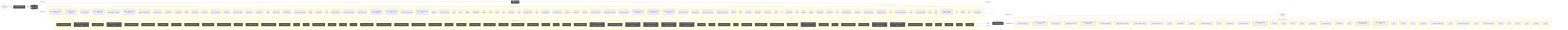
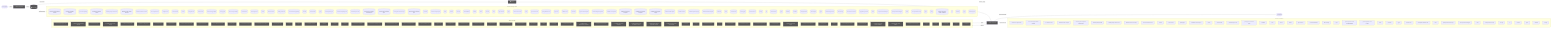
flowchart LR
  UserQ(["👤 User Query"])
  Embed["📐 Embedding Model"]
  VecDB[("📚 Vector Store")]
  Retriever["🔍 Retriever"]
  LLMNode["🧠 LLM / Generator"]
  Output(["✅ Response"])
  UserQ -->|query| Embed
  Embed -->|vector| VecDB
  VecDB -->|top-k chunks| Retriever
  Retriever -->|context + query| LLMNode
  LLMNode -->|generated answer| Output
  subgraph DetectedMemory["Detected memory stores"]
    det_detectedmemory_check_steering_feedback_contract_80134459[("check-steering-feedback-contract")]
    det_detectedmemory_normalize_workflow_contracts_8701f1c8[("normalize-workflow-contracts")]
    det_detectedmemory_sync_codex_preflight_7e7a8dc2[("sync-codex-preflight")]
    det_detectedmemory_test_harness_upgrade_matrix_84113c4e[("test-harness-upgrade-matrix")]
    det_detectedmemory_validate_prompt_context_drift_8c949ef6[("validate-prompt-context-drift")]
    det_detectedmemory_validate_runtime_packet_schemas_bc3ba8ec[("validate-runtime-packet-schemas")]
    det_detectedmemory_validate_workflow_contracts_33dc063c[("validate-workflow-contracts")]
    det_detectedmemory_branch_protect_core_a8feb0fd[("branch-protect-core")]
    det_detectedmemory_ci_migrate_core_7005b5af[("ci-migrate-core")]
    det_detectedmemory_context_health_80bb7da9[("context-health")]
    det_detectedmemory_context_ea7792a2[("context")]
    det_detectedmemory_docs_gate_core_eb9b6c18[("docs-gate-core")]
    det_detectedmemory_index_context_de3ed39d[("index-context")]
    det_detectedmemory_local_memory_preflight_dcc36c42[("local-memory-preflight")]
    det_detectedmemory_memory_gate_a577a506[("memory-gate")]
    det_detectedmemory_pattern_scope_siblings_43abe000[("pattern-scope-siblings")]
    det_detectedmemory_review_context_ca6cf81d[("review-context")]
    det_detectedmemory_review_gate_core_4c8001f9[("review-gate-core")]
    det_detectedmemory_search_24193290[("search")]
    det_detectedmemory_session_context_e5ec72c0[("session-context")]
    det_detectedmemory_tooling_audit_core_328d6a41[("tooling-audit-core")]
    det_detectedmemory_run_local_memory_preflight_36e92808[("run-local-memory-preflight")]
    det_detectedmemory_checker_d2d2328e[("checker")]
    det_detectedmemory_context_health_1_ceb11829[("context-health")]
    det_detectedmemory_types_2_d9bc6e7a[("types")]
    det_detectedmemory_branch_protect_sync_570adb18[("branch-protect-sync")]
    det_detectedmemory_command_capability_rules_ca3f496a[("command-capability-rules")]
    det_detectedmemory_command_specs_core_1c0ffc99[("command-specs-core")]
    det_detectedmemory_local_memory_preflight_command_spec_9e23f3ce[("local-memory-preflight-command-spec")]
    det_detectedmemory_memory_gate_command_spec_dc9001a9[("memory-gate-command-spec")]
    det_detectedmemory_review_gate_command_spec_3187376a[("review-gate-command-spec")]
    det_detectedmemory_session_context_command_spec_973afbb1[("session-context-command-spec")]
    det_detectedmemory_constants_7517017f[("constants")]
    det_detectedmemory_context_compact_policy_3dcaf95d[("context-compact-policy")]
    det_detectedmemory_index_2_10143590[("index")]
    det_detectedmemory_indexer_70fa78e5[("indexer")]
    det_detectedmemory_init_error_5c7dd49f[("init-error")]
    det_detectedmemory_lexical_fallback_723e2b3e[("lexical-fallback")]
    det_detectedmemory_ollama_76e3c7bf[("ollama")]
    det_detectedmemory_rollout_a4fa034c[("rollout")]
    det_detectedmemory_sources_878a52fc[("sources")]
    det_detectedmemory_store_824d80d7[("store")]
    det_detectedmemory_sync_contract_c79fa191[("sync-contract")]
    det_detectedmemory_types_7_2f1ed65e[("types")]
    det_detectedmemory_harness_run_context_ac7c77a9[("harness-run-context")]
    det_detectedmemory_index_3_7e40d474[("index")]
    det_detectedmemory_json_schema_core_96d7e328[("json-schema-core")]
    det_detectedmemory_policy_validators_core_714a3fe7[("policy-validators-core")]
    det_detectedmemory_types_core_e405ddca[("types-core")]
    det_detectedmemory_validator_core_4358f8ba[("validator-core")]
    det_detectedmemory_init_modes_c05ceb07[("init-modes")]
    det_detectedmemory_project_brain_templates_7ef51530[("project-brain-templates")]
    det_detectedmemory_scaffold_diagram_templates_dd88e83c[("scaffold-diagram-templates")]
    det_detectedmemory_scaffold_doc_templates_f6152330[("scaffold-doc-templates")]
    det_detectedmemory_scaffold_environment_templates_c1ceba6a[("scaffold-environment-templates")]
    det_detectedmemory_scaffold_root_command_templates_404fed7f[("scaffold-root-command-templates")]
    det_detectedmemory_scaffold_script_template_registry_69312d4e[("scaffold-script-template-registry")]
    det_detectedmemory_scaffold_shell_templates_0ad0f915[("scaffold-shell-templates")]
    det_detectedmemory_scaffold_surfaces_12d6494e[("scaffold-surfaces")]
    det_detectedmemory_scaffold_template_registry_b1cce2aa[("scaffold-template-registry")]
    det_detectedmemory_scaffold_workflow_template_92310587[("scaffold-workflow-template")]
    det_detectedmemory_eval_seed_5699fd3e[("eval-seed")]
    det_detectedmemory_index_9_32dd4d91[("index")]
    det_detectedmemory_review_context_1_e3afed15[("review-context")]
    det_detectedmemory_memory_gate_1_265164ac[("memory-gate")]
    det_detectedmemory_branch_enforcer_acb749cd[("branch-enforcer")]
    det_detectedmemory_cli_args_5_09ea29f0[("cli-args")]
    det_detectedmemory_cli_6_eac72be2[("cli")]
    det_detectedmemory_metrics_tracker_98cec29c[("metrics-tracker")]
    det_detectedmemory_types_18_37582e2a[("types")]
    det_detectedmemory_validator_4_5180cf23[("validator")]
    det_detectedmemory_classifier_fe1991a9[("classifier")]
    det_detectedmemory_tooling_baseline_50ab2eeb[("tooling-baseline")]
    det_detectedmemory_claim_helpers_20dc8387[("claim-helpers")]
    det_detectedmemory_types_23_4352ee2e[("types")]
    det_detectedmemory_local_memory_smoke_1175abfc[("local-memory-smoke")]
    det_detectedmemory_local_memory_0db17ecc[("local-memory")]
    det_detectedmemory_performance_overload_c685bfcf[("performance-overload")]
    det_detectedmemory_suggestion_generator_0956f794[("suggestion-generator")]
    det_detectedmemory_index_11_ffcd5842[("index")]
    det_detectedmemory_prompt_context_drift_report_3257a95c[("prompt-context-drift-report")]
+     det_detectedmemory_prompt_context_drift_types_ba6863d4[("prompt-context-drift-types")]
    det_detectedmemory_index_12_762ec91b[("index")]
    det_detectedmemory_prompt_context_receipt_17b862b2[("prompt-context-receipt")]
    det_detectedmemory_types_30_424b976c[("types")]
    det_detectedmemory_policy_1_fc4198db[("policy")]
    det_detectedmemory_runtime_card_codex_runtime_validation_d8ce9934[("runtime-card-codex-runtime-validation")]
    det_detectedmemory_cli_11_338a8415[("cli")]
    det_detectedmemory_collector_0736fd5b[("collector")]
    det_detectedmemory_types_33_16e22a82[("types")]
    det_detectedmemory_overload_guard_2748c559[("overload-guard")]
  end
  VecDB -. "implemented by" .-> DetectedMemory
  subgraph DetectedLLM["Detected LLM clients"]
    det_detectedllm_check_codex_agent_roles_5bb2e89b["check-codex-agent-roles"]
    det_detectedllm_check_steering_feedback_contract_80134459["check-steering-feedback-contract"]
    det_detectedllm_run_harness_evals_77704768["run-harness-evals"]
    det_detectedllm_validate_decision_request_2e5c325e["validate-decision-request"]
    det_detectedllm_validate_goal_completion_audit_receipt_100d252c["validate-goal-completion-audit-receipt"]
    det_detectedllm_validate_packaged_skill_5e32c890["validate-packaged-skill"]
    det_detectedllm_validate_prompt_context_drift_8c949ef6["validate-prompt-context-drift"]
    det_detectedllm_validate_reviewer_coverage_251efee3["validate-reviewer-coverage"]
    det_detectedllm_check_environment_core_2c16213f["check-environment-core"]
    det_detectedllm_context_ea7792a2["context"]
    det_detectedllm_index_context_de3ed39d["index-context"]
    det_detectedllm_prompt_gate_c5e9d207["prompt-gate"]
    det_detectedllm_remediate_runner_helpers_929fedcc["remediate-runner-helpers"]
    det_detectedllm_search_24193290["search"]
    det_detectedllm_context_health_1_ceb11829["context-health"]
    det_detectedllm_command_specs_core_1c0ffc99["command-specs-core"]
    det_detectedllm_prompt_gate_command_spec_9a941482["prompt-gate-command-spec"]
    det_detectedllm_constants_7517017f["constants"]
    det_detectedllm_index_2_10143590["index"]
    det_detectedllm_indexer_70fa78e5["indexer"]
    det_detectedllm_ollama_76e3c7bf["ollama"]
    det_detectedllm_sync_contract_c79fa191["sync-contract"]
    det_detectedllm_north_star_validators_cfc926ce["north-star-validators"]
    det_detectedllm_hilt_boundary_9b36fb15["hilt-boundary"]
    det_detectedllm_types_9_1db4641f["types"]
    det_detectedllm_goal_completion_audit_receipt_validation_9d0f4891["goal-completion-audit-receipt-validation"]
    det_detectedllm_goal_completion_audit_receipt_5e4939c3["goal-completion-audit-receipt"]
    det_detectedllm_index_4_013aa0e3["index"]
    det_detectedllm_constants_1_a84e15f0["constants"]
    det_detectedllm_types_16_0fae1112["types"]
    det_detectedllm_sensitive_text_7c11f760["sensitive-text"]
    det_detectedllm_pr_template_validator_rules_20a32d6b["pr-template-validator-rules"]
    det_detectedllm_index_11_ffcd5842["index"]
    det_detectedllm_prompt_context_drift_report_3257a95c["prompt-context-drift-report"]
+     det_detectedllm_prompt_context_drift_types_ba6863d4["prompt-context-drift-types"]
    det_detectedllm_index_12_762ec91b["index"]
    det_detectedllm_prompt_context_receipt_17b862b2["prompt-context-receipt"]
    det_detectedllm_cli_args_9_9c136878["cli-args"]
    det_detectedllm_cli_10_35dc8cbd["cli"]
    det_detectedllm_sections_4697ef32["sections"]
    det_detectedllm_types_26_a5814179["types"]
    det_detectedllm_validator_6_3688adbf["validator"]
    det_detectedllm_cli_args_10_861cdd3f["cli-args"]
  end
  LLMNode -. "implemented by" .-> DetectedLLM
  subgraph DetectedTools["Agentic tool calls"]
    det_detectedtools_check_codex_agent_roles_5bb2e89b["🔧 check-codex-agent-roles"]
    det_detectedtools_check_steering_feedback_contract_80134459["🔧 check-steering-feedback-contract"]
    det_detectedtools_run_harness_evals_77704768["🔧 run-harness-evals"]
    det_detectedtools_validate_action_review_receipt_fa2f06c3["🔧 validate-action-review-receipt"]
    det_detectedtools_validate_packaged_skill_5e32c890["🔧 validate-packaged-skill"]
    det_detectedtools_validate_replay_packet_f309747e["🔧 validate-replay-packet"]
    det_detectedtools_ci_migrate_core_7005b5af["🔧 ci-migrate-core"]
    det_detectedtools_doctor_checks_5a2eb2b9["🔧 doctor-checks"]
    det_detectedtools_doctor_github_tool_checks_a53b0382["🔧 doctor-github-tool-checks"]
    det_detectedtools_doctor_tool_checks_4acac51a["🔧 doctor-tool-checks"]
    det_detectedtools_next_blocked_decisions_4140ad2b["🔧 next-blocked-decisions"]
    det_detectedtools_policy_gate_213f7313["🔧 policy-gate"]
    det_detectedtools_remediate_cli_output_cc165396["🔧 remediate-cli-output"]
    det_detectedtools_remediate_runner_helpers_929fedcc["🔧 remediate-runner-helpers"]
    det_detectedtools_review_gate_core_4c8001f9["🔧 review-gate-core"]
    det_detectedtools_index_1bc04b52["🔧 index"]
    det_detectedtools_types_1_4ecdf56e["🔧 types"]
    det_detectedtools_validation_constants_e002a0f6["🔧 validation-constants"]
    det_detectedtools_validation_98c41dcd["🔧 validation"]
    det_detectedtools_checker_d2d2328e["🔧 checker"]
    det_detectedtools_cli_args_1_6144b055["🔧 cli-args"]
    det_detectedtools_command_capabilities_a4d5c71e["🔧 command-capabilities"]
    det_detectedtools_command_capability_rules_ca3f496a["🔧 command-capability-rules"]
    det_detectedtools_linear_command_actions_e430f4f4["🔧 linear-command-actions"]
    det_detectedtools_linear_command_runner_4a740dfc["🔧 linear-command-runner"]
    det_detectedtools_policy_validators_core_714a3fe7["🔧 policy-validators-core"]
    det_detectedtools_types_core_e405ddca["🔧 types-core"]
    det_detectedtools_validator_core_4358f8ba["🔧 validator-core"]
    det_detectedtools_validator_helpers_7b927667["🔧 validator-helpers"]
    det_detectedtools_he_phase_exit_core_1148895b["🔧 he-phase-exit-core"]
    det_detectedtools_ralph_runtime_73d63c0e["🔧 ralph-runtime"]
    det_detectedtools_observed_skill_usage_ed7d5930["🔧 observed-skill-usage"]
    det_detectedtools_closure_evidence_aaa31467["🔧 closure-evidence"]
    det_detectedtools_pr_creator_dc6b1ea4["🔧 pr-creator"]
    det_detectedtools_client_948fe603["🔧 client"]
    det_detectedtools_init_output_360dce91["🔧 init-output"]
    det_detectedtools_scaffold_ci_templates_2afd6392["🔧 scaffold-ci-templates"]
    det_detectedtools_scaffold_codex_environment_templates_334fbbed["🔧 scaffold-codex-environment-templates"]
    det_detectedtools_scaffold_config_templates_4b80ce53["🔧 scaffold-config-templates"]
    det_detectedtools_scaffold_environment_templates_c1ceba6a["🔧 scaffold-environment-templates"]
    det_detectedtools_scaffold_github_actions_pr_pipeline_renderer_1ee18de5["🔧 scaffold-github-actions-pr-pipeline-renderer"]
    det_detectedtools_scaffold_github_actions_pr_pipeline_template_e2b85f62["🔧 scaffold-github-actions-pr-pipeline-template"]
    det_detectedtools_scaffold_release_private_npm_template_075499f8["🔧 scaffold-release-private-npm-template"]
    det_detectedtools_constants_1_a84e15f0["🔧 constants"]
    det_detectedtools_index_8_6f0f20ec["🔧 index"]
    det_detectedtools_validation_common_6161e48b["🔧 validation-common"]
    det_detectedtools_cli_6_eac72be2["🔧 cli"]
    det_detectedtools_metrics_tracker_98cec29c["🔧 metrics-tracker"]
    det_detectedtools_normalise_renderer_85f2e563["🔧 normalise-renderer"]
    det_detectedtools_evaluation_engine_core_e054fe49["🔧 evaluation-engine-core"]
    det_detectedtools_tooling_baseline_50ab2eeb["🔧 tooling-baseline"]
    det_detectedtools_prompt_context_drift_report_3257a95c["🔧 prompt-context-drift-report"]
+     det_detectedtools_prompt_context_drift_types_ba6863d4["🔧 prompt-context-drift-types"]
    det_detectedtools_replay_packet_a1293f88["🔧 replay-packet"]
    det_detectedtools_index_13_97df39c8["🔧 index"]
    det_detectedtools_review_lifecycle_contract_e5447221["🔧 review-lifecycle-contract"]
    det_detectedtools_review_lifecycle_89afa64c["🔧 review-lifecycle"]
    det_detectedtools_runtime_card_codex_runtime_validation_d8ce9934["🔧 runtime-card-codex-runtime-validation"]
    det_detectedtools_runtime_card_codex_runtime_0655e230["🔧 runtime-card-codex-runtime"]
    det_detectedtools_runtime_evidence_bundle_d471a232["🔧 runtime-evidence-bundle"]
    det_detectedtools_types_35_93e66c64["🔧 types"]
    det_detectedtools_index_16_373c8a49["🔧 index"]
    det_detectedtools_projection_1b250ea1["🔧 projection"]
    det_detectedtools_types_37_32ccf9f9["🔧 types"]
    det_detectedtools_validation_7_c4e6d8b6["🔧 validation"]
  end
  LLMNode -->|tool use| DetectedTools
  DetectedTools -->|result| LLMNode
  classDef memNode fill:#555,color:#fff
  class VecDB,Retriever memNode
  classDef llmNode fill:#555,color:#fff
  class LLMNode,Embed llmNode
  classDef toolNode fill:#555,color:#fff
-   class det_detectedtools_check_codex_agent_roles_5bb2e89b,det_detectedtools_check_steering_feedback_contract_80134459,det_detectedtools_run_harness_evals_77704768,det_detectedtools_validate_action_review_receipt_fa2f06c3,det_detectedtools_validate_packaged_skill_5e32c890,det_detectedtools_validate_replay_packet_f309747e,det_detectedtools_ci_migrate_core_7005b5af,det_detectedtools_doctor_checks_5a2eb2b9,det_detectedtools_doctor_github_tool_checks_a53b0382,det_detectedtools_doctor_tool_checks_4acac51a,det_detectedtools_next_blocked_decisions_4140ad2b,det_detectedtools_policy_gate_213f7313,det_detectedtools_remediate_cli_output_cc165396,det_detectedtools_remediate_runner_helpers_929fedcc,det_detectedtools_review_gate_core_4c8001f9,det_detectedtools_index_1bc04b52,det_detectedtools_types_1_4ecdf56e,det_detectedtools_validation_constants_e002a0f6,det_detectedtools_validation_98c41dcd,det_detectedtools_checker_d2d2328e,det_detectedtools_cli_args_1_6144b055,det_detectedtools_command_capabilities_a4d5c71e,det_detectedtools_command_capability_rules_ca3f496a,det_detectedtools_linear_command_actions_e430f4f4,det_detectedtools_linear_command_runner_4a740dfc,det_detectedtools_policy_validators_core_714a3fe7,det_detectedtools_types_core_e405ddca,det_detectedtools_validator_core_4358f8ba,det_detectedtools_validator_helpers_7b927667,det_detectedtools_he_phase_exit_core_1148895b,det_detectedtools_ralph_runtime_73d63c0e,det_detectedtools_observed_skill_usage_ed7d5930,det_detectedtools_closure_evidence_aaa31467,det_detectedtools_pr_creator_dc6b1ea4,det_detectedtools_client_948fe603,det_detectedtools_init_output_360dce91,det_detectedtools_scaffold_ci_templates_2afd6392,det_detectedtools_scaffold_codex_environment_templates_334fbbed,det_detectedtools_scaffold_config_templates_4b80ce53,det_detectedtools_scaffold_environment_templates_c1ceba6a,det_detectedtools_scaffold_github_actions_pr_pipeline_renderer_1ee18de5,det_detectedtools_scaffold_github_actions_pr_pipeline_template_e2b85f62,det_detectedtools_scaffold_release_private_npm_template_075499f8,det_detectedtools_constants_1_a84e15f0,det_detectedtools_index_8_6f0f20ec,det_detectedtools_validation_common_6161e48b,det_detectedtools_cli_6_eac72be2,det_detectedtools_metrics_tracker_98cec29c,det_detectedtools_normalise_renderer_85f2e563,det_detectedtools_evaluation_engine_core_e054fe49,det_detectedtools_tooling_baseline_50ab2eeb,det_detectedtools_prompt_context_drift_report_3257a95c,det_detectedtools_replay_packet_a1293f88,det_detectedtools_index_13_97df39c8,det_detectedtools_review_lifecycle_contract_e5447221,det_detectedtools_review_lifecycle_89afa64c,det_detectedtools_runtime_card_codex_runtime_validation_d8ce9934,det_detectedtools_runtime_card_codex_runtime_0655e230,det_detectedtools_runtime_evidence_bundle_d471a232,det_detectedtools_types_35_93e66c64,det_detectedtools_index_16_373c8a49,det_detectedtools_projection_1b250ea1,det_detectedtools_types_37_32ccf9f9,det_detectedtools_validation_7_c4e6d8b6 toolNode
+   class det_detectedtools_check_codex_agent_roles_5bb2e89b,det_detectedtools_check_steering_feedback_contract_80134459,det_detectedtools_run_harness_evals_77704768,det_detectedtools_validate_action_review_receipt_fa2f06c3,det_detectedtools_validate_packaged_skill_5e32c890,det_detectedtools_validate_replay_packet_f309747e,det_detectedtools_ci_migrate_core_7005b5af,det_detectedtools_doctor_checks_5a2eb2b9,det_detectedtools_doctor_github_tool_checks_a53b0382,det_detectedtools_doctor_tool_checks_4acac51a,det_detectedtools_next_blocked_decisions_4140ad2b,det_detectedtools_policy_gate_213f7313,det_detectedtools_remediate_cli_output_cc165396,det_detectedtools_remediate_runner_helpers_929fedcc,det_detectedtools_review_gate_core_4c8001f9,det_detectedtools_index_1bc04b52,det_detectedtools_types_1_4ecdf56e,det_detectedtools_validation_constants_e002a0f6,det_detectedtools_validation_98c41dcd,det_detectedtools_checker_d2d2328e,det_detectedtools_cli_args_1_6144b055,det_detectedtools_command_capabilities_a4d5c71e,det_detectedtools_command_capability_rules_ca3f496a,det_detectedtools_linear_command_actions_e430f4f4,det_detectedtools_linear_command_runner_4a740dfc,det_detectedtools_policy_validators_core_714a3fe7,det_detectedtools_types_core_e405ddca,det_detectedtools_validator_core_4358f8ba,det_detectedtools_validator_helpers_7b927667,det_detectedtools_he_phase_exit_core_1148895b,det_detectedtools_ralph_runtime_73d63c0e,det_detectedtools_observed_skill_usage_ed7d5930,det_detectedtools_closure_evidence_aaa31467,det_detectedtools_pr_creator_dc6b1ea4,det_detectedtools_client_948fe603,det_detectedtools_init_output_360dce91,det_detectedtools_scaffold_ci_templates_2afd6392,det_detectedtools_scaffold_codex_environment_templates_334fbbed,det_detectedtools_scaffold_config_templates_4b80ce53,det_detectedtools_scaffold_environment_templates_c1ceba6a,det_detectedtools_scaffold_github_actions_pr_pipeline_renderer_1ee18de5,det_detectedtools_scaffold_github_actions_pr_pipeline_template_e2b85f62,det_detectedtools_scaffold_release_private_npm_template_075499f8,det_detectedtools_constants_1_a84e15f0,det_detectedtools_index_8_6f0f20ec,det_detectedtools_validation_common_6161e48b,det_detectedtools_cli_6_eac72be2,det_detectedtools_metrics_tracker_98cec29c,det_detectedtools_normalise_renderer_85f2e563,det_detectedtools_evaluation_engine_core_e054fe49,det_detectedtools_tooling_baseline_50ab2eeb,det_detectedtools_prompt_context_drift_report_3257a95c,det_detectedtools_prompt_context_drift_types_ba6863d4,det_detectedtools_replay_packet_a1293f88,det_detectedtools_index_13_97df39c8,det_detectedtools_review_lifecycle_contract_e5447221,det_detectedtools_review_lifecycle_89afa64c,det_detectedtools_runtime_card_codex_runtime_validation_d8ce9934,det_detectedtools_runtime_card_codex_runtime_0655e230,det_detectedtools_runtime_evidence_bundle_d471a232,det_detectedtools_types_35_93e66c64,det_detectedtools_index_16_373c8a49,det_detectedtools_projection_1b250ea1,det_detectedtools_types_37_32ccf9f9,det_detectedtools_validation_7_c4e6d8b6 toolNode
